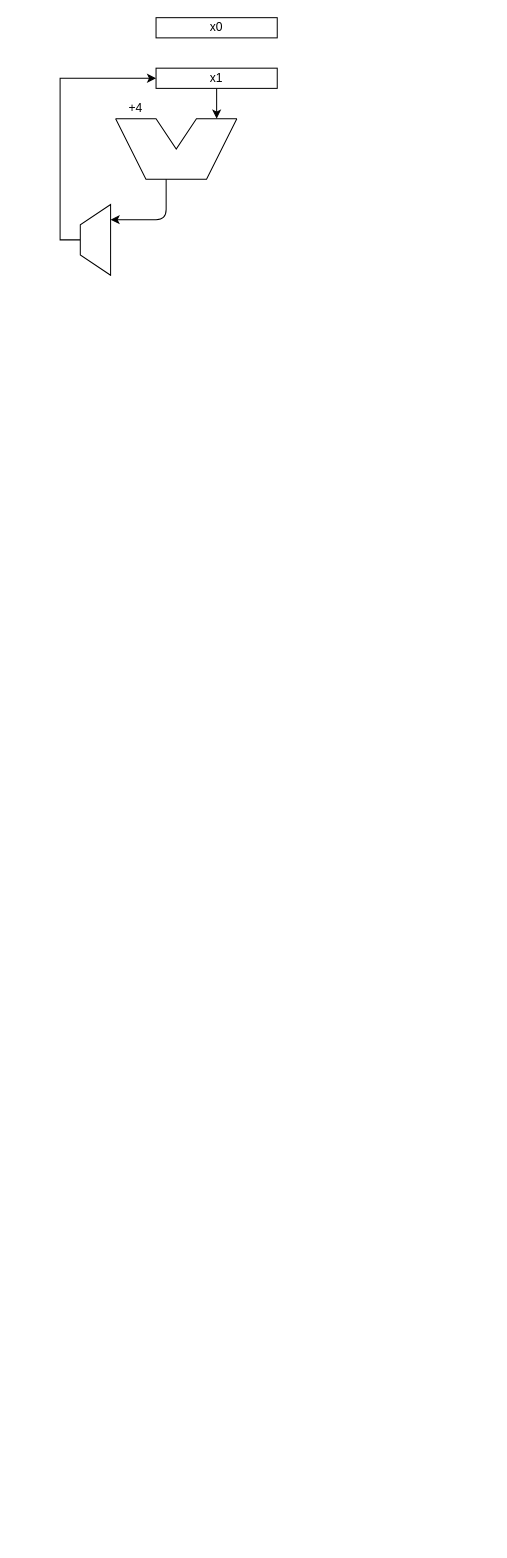
Before: page "RegisterFile" (2 of 2) of Circuit_Drawings/DataPath.drawio in Kaveesha-98/065-538-720-GNC, a draw.io diagram. Source tidied: cells renumbered, new cells numbered last; positions are measured from the earlier drawing's top-left corner, leaving out a move shared by most shapes. Both pictures are drawn from the tidied source at 101%, with x=0, y=0 at pixel (60, 17).
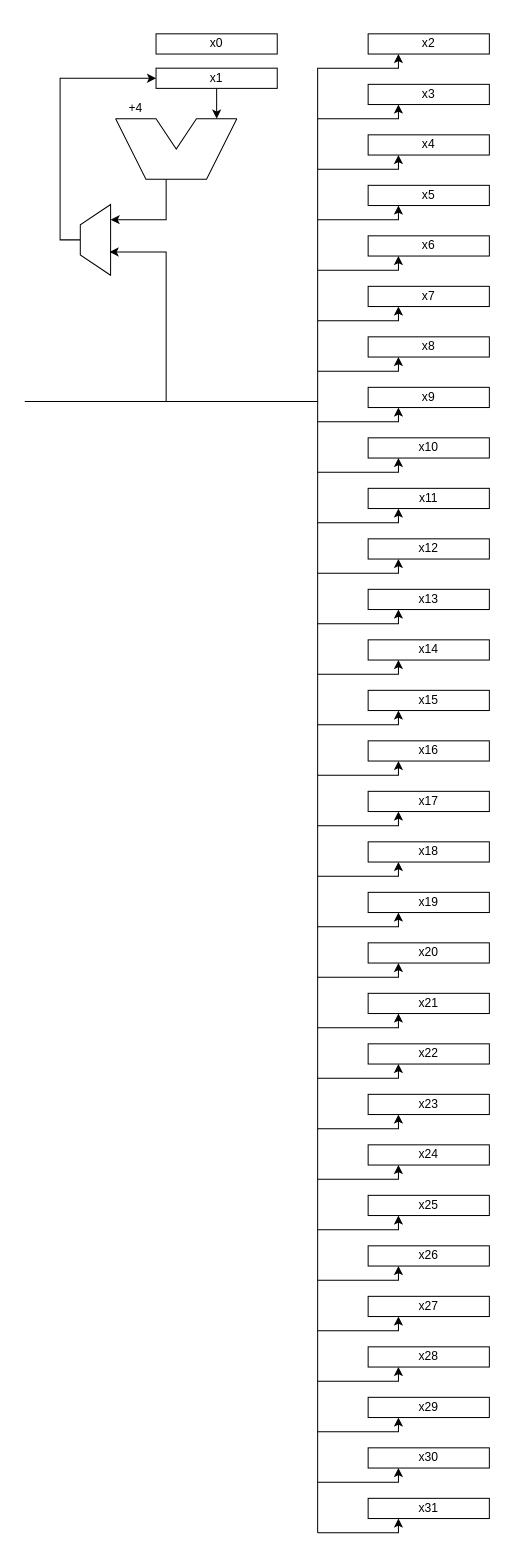
The same diagram, later.

Unchanged cells that the change refers to:
```xml
<mxCell id="9" style="shape=trapezoid;perimeter=trapezoidPerimeter;whiteSpace=wrap;html=1;fixedSize=1;rotation=-90;" parent="1" vertex="1">
  <mxGeometry y="205" width="70" height="30" as="geometry" />
</mxCell>
```

The edit, as a diff of the source:
```diff
@@
     <mxCell id="2" value="x0" style="rounded=0;whiteSpace=wrap;html=1;" parent="1" vertex="1">
-      <mxGeometry x="95" width="120" height="20" as="geometry" />
+      <mxGeometry x="95" y="16" width="120" height="20" as="geometry" />
     </mxCell>
@@
-    <mxCell id="10" style="endArrow=classic;html=1;" parent="1" edge="1">
+    <mxCell id="10" style="endArrow=classic;html=1;rounded=0;" parent="1" edge="1">
       <mxGeometry relative="1" as="geometry">
         <mxPoint x="105" y="160" as="sourcePoint" />
         <mxPoint x="50" y="200" as="targetPoint" />
         <Array as="points">
           <mxPoint x="105" y="200" />
         </Array>
       </mxGeometry>
     </mxCell>
+    <mxCell id="11" value="x2" style="rounded=0;whiteSpace=wrap;html=1;" parent="1" vertex="1">
+      <mxGeometry x="305" y="16" width="120" height="20" as="geometry" />
+    </mxCell>
+    <mxCell id="12" value="x3" style="rounded=0;whiteSpace=wrap;html=1;" parent="1" vertex="1">
+      <mxGeometry x="305" y="66" width="120" height="20" as="geometry" />
+    </mxCell>
+    <mxCell id="13" value="x4" style="rounded=0;whiteSpace=wrap;html=1;" parent="1" vertex="1">
+      <mxGeometry x="305" y="116" width="120" height="20" as="geometry" />
+    </mxCell>
+    <mxCell id="14" value="x5" style="rounded=0;whiteSpace=wrap;html=1;" parent="1" vertex="1">
+      <mxGeometry x="305" y="166" width="120" height="20" as="geometry" />
+    </mxCell>
+    <mxCell id="15" value="x6" style="rounded=0;whiteSpace=wrap;html=1;" parent="1" vertex="1">
+      <mxGeometry x="305" y="216" width="120" height="20" as="geometry" />
+    </mxCell>
+    <mxCell id="16" value="x7" style="rounded=0;whiteSpace=wrap;html=1;" parent="1" vertex="1">
+      <mxGeometry x="305" y="266" width="120" height="20" as="geometry" />
+    </mxCell>
+    <mxCell id="17" value="x8" style="rounded=0;whiteSpace=wrap;html=1;" parent="1" vertex="1">
+      <mxGeometry x="305" y="316" width="120" height="20" as="geometry" />
+    </mxCell>
+    <mxCell id="18" value="x9" style="rounded=0;whiteSpace=wrap;html=1;" parent="1" vertex="1">
+      <mxGeometry x="305" y="366" width="120" height="20" as="geometry" />
+    </mxCell>
+    <mxCell id="19" value="x10" style="rounded=0;whiteSpace=wrap;html=1;" parent="1" vertex="1">
+      <mxGeometry x="305" y="416" width="120" height="20" as="geometry" />
+    </mxCell>
+    <mxCell id="20" value="x11" style="rounded=0;whiteSpace=wrap;html=1;" parent="1" vertex="1">
+      <mxGeometry x="305" y="466" width="120" height="20" as="geometry" />
+    </mxCell>
+    <mxCell id="21" value="x12" style="rounded=0;whiteSpace=wrap;html=1;" parent="1" vertex="1">
+      <mxGeometry x="305" y="516" width="120" height="20" as="geometry" />
+    </mxCell>
+    <mxCell id="22" value="x13" style="rounded=0;whiteSpace=wrap;html=1;" parent="1" vertex="1">
+      <mxGeometry x="305" y="566" width="120" height="20" as="geometry" />
+    </mxCell>
+    <mxCell id="23" value="x14" style="rounded=0;whiteSpace=wrap;html=1;" parent="1" vertex="1">
+      <mxGeometry x="305" y="616" width="120" height="20" as="geometry" />
+    </mxCell>
+    <mxCell id="24" value="x15" style="rounded=0;whiteSpace=wrap;html=1;" parent="1" vertex="1">
+      <mxGeometry x="305" y="666" width="120" height="20" as="geometry" />
+    </mxCell>
+    <mxCell id="25" value="x16" style="rounded=0;whiteSpace=wrap;html=1;" parent="1" vertex="1">
+      <mxGeometry x="305" y="716" width="120" height="20" as="geometry" />
+    </mxCell>
+    <mxCell id="26" value="x17" style="rounded=0;whiteSpace=wrap;html=1;" parent="1" vertex="1">
+      <mxGeometry x="305" y="766" width="120" height="20" as="geometry" />
+    </mxCell>
+    <mxCell id="27" value="x18" style="rounded=0;whiteSpace=wrap;html=1;" parent="1" vertex="1">
+      <mxGeometry x="305" y="816" width="120" height="20" as="geometry" />
+    </mxCell>
+    <mxCell id="28" value="x19" style="rounded=0;whiteSpace=wrap;html=1;" parent="1" vertex="1">
+      <mxGeometry x="305" y="866" width="120" height="20" as="geometry" />
+    </mxCell>
+    <mxCell id="29" value="x20" style="rounded=0;whiteSpace=wrap;html=1;" parent="1" vertex="1">
+      <mxGeometry x="305" y="916" width="120" height="20" as="geometry" />
+    </mxCell>
+    <mxCell id="30" value="x21" style="rounded=0;whiteSpace=wrap;html=1;" parent="1" vertex="1">
+      <mxGeometry x="305" y="966" width="120" height="20" as="geometry" />
+    </mxCell>
+    <mxCell id="31" value="x22" style="rounded=0;whiteSpace=wrap;html=1;" parent="1" vertex="1">
+      <mxGeometry x="305" y="1016" width="120" height="20" as="geometry" />
+    </mxCell>
+    <mxCell id="32" value="x23" style="rounded=0;whiteSpace=wrap;html=1;" parent="1" vertex="1">
+      <mxGeometry x="305" y="1066" width="120" height="20" as="geometry" />
+    </mxCell>
+    <mxCell id="33" value="x24" style="rounded=0;whiteSpace=wrap;html=1;" parent="1" vertex="1">
+      <mxGeometry x="305" y="1116" width="120" height="20" as="geometry" />
+    </mxCell>
+    <mxCell id="34" value="x25" style="rounded=0;whiteSpace=wrap;html=1;" parent="1" vertex="1">
+      <mxGeometry x="305" y="1166" width="120" height="20" as="geometry" />
+    </mxCell>
+    <mxCell id="35" value="x26" style="rounded=0;whiteSpace=wrap;html=1;" parent="1" vertex="1">
+      <mxGeometry x="305" y="1216" width="120" height="20" as="geometry" />
+    </mxCell>
+    <mxCell id="36" value="x27" style="rounded=0;whiteSpace=wrap;html=1;" parent="1" vertex="1">
+      <mxGeometry x="305" y="1266" width="120" height="20" as="geometry" />
+    </mxCell>
+    <mxCell id="37" value="x28" style="rounded=0;whiteSpace=wrap;html=1;" parent="1" vertex="1">
+      <mxGeometry x="305" y="1316" width="120" height="20" as="geometry" />
+    </mxCell>
+    <mxCell id="38" value="x29" style="rounded=0;whiteSpace=wrap;html=1;" parent="1" vertex="1">
+      <mxGeometry x="305" y="1366" width="120" height="20" as="geometry" />
+    </mxCell>
+    <mxCell id="39" value="x30" style="rounded=0;whiteSpace=wrap;html=1;" parent="1" vertex="1">
+      <mxGeometry x="305" y="1416" width="120" height="20" as="geometry" />
+    </mxCell>
+    <mxCell id="40" value="x31" style="rounded=0;whiteSpace=wrap;html=1;" parent="1" vertex="1">
+      <mxGeometry x="305" y="1466" width="120" height="20" as="geometry" />
+    </mxCell>
+    <mxCell id="41" style="endArrow=classic;html=1;startSize=0;entryX=0.329;entryY=0.967;entryDx=0;entryDy=0;entryPerimeter=0;rounded=0;" parent="1" edge="1" target="9">
+      <mxGeometry relative="1" as="geometry">
+        <mxPoint x="-35" y="380" as="sourcePoint" />
+        <Array as="points">
+          <mxPoint x="105" y="380" />
+          <mxPoint x="105" y="350" />
+          <mxPoint x="105" y="232" />
+        </Array>
+      </mxGeometry>
+    </mxCell>
+    <mxCell id="42" style="endArrow=classic;html=1;startSize=0;entryX=0.25;entryY=1;entryDx=0;entryDy=0;rounded=0;" parent="1" edge="1" target="11">
+      <mxGeometry relative="1" as="geometry">
+        <mxPoint x="105" y="380" as="sourcePoint" />
+        <Array as="points">
+          <mxPoint x="255" y="380" />
+          <mxPoint x="255" y="50" />
+          <mxPoint x="335" y="50" />
+        </Array>
+      </mxGeometry>
+    </mxCell>
+    <mxCell id="43" style="endArrow=classic;html=1;startSize=0;entryX=0.25;entryY=1;entryDx=0;entryDy=0;rounded=0;" parent="1" edge="1" target="12">
+      <mxGeometry relative="1" as="geometry">
+        <mxPoint x="255" y="100" as="sourcePoint" />
+        <Array as="points">
+          <mxPoint x="335" y="100" />
+        </Array>
+      </mxGeometry>
+    </mxCell>
+    <mxCell id="44" style="endArrow=classic;html=1;startSize=0;entryX=0.25;entryY=1;entryDx=0;entryDy=0;rounded=0;" parent="1" edge="1" target="13">
+      <mxGeometry relative="1" as="geometry">
+        <mxPoint x="255" y="150" as="sourcePoint" />
+        <Array as="points">
+          <mxPoint x="335" y="150" />
+        </Array>
+      </mxGeometry>
+    </mxCell>
+    <mxCell id="45" style="endArrow=classic;html=1;startSize=0;entryX=0.25;entryY=1;entryDx=0;entryDy=0;rounded=0;" parent="1" edge="1">
+      <mxGeometry relative="1" as="geometry">
+        <mxPoint x="255" y="200" as="sourcePoint" />
+        <mxPoint x="335" y="186" as="targetPoint" />
+        <Array as="points">
+          <mxPoint x="335" y="200" />
+        </Array>
+      </mxGeometry>
+    </mxCell>
+    <mxCell id="46" style="endArrow=classic;html=1;startSize=0;entryX=0.25;entryY=1;entryDx=0;entryDy=0;rounded=0;" parent="1" edge="1">
+      <mxGeometry relative="1" as="geometry">
+        <mxPoint x="255" y="250" as="sourcePoint" />
+        <mxPoint x="335" y="236" as="targetPoint" />
+        <Array as="points">
+          <mxPoint x="335" y="250" />
+        </Array>
+      </mxGeometry>
+    </mxCell>
+    <mxCell id="47" style="endArrow=classic;html=1;startSize=0;entryX=0.25;entryY=1;entryDx=0;entryDy=0;rounded=0;" parent="1" edge="1">
+      <mxGeometry relative="1" as="geometry">
+        <mxPoint x="255" y="300" as="sourcePoint" />
+        <mxPoint x="335" y="286" as="targetPoint" />
+        <Array as="points">
+          <mxPoint x="335" y="300" />
+        </Array>
+      </mxGeometry>
+    </mxCell>
+    <mxCell id="48" style="endArrow=classic;html=1;startSize=0;entryX=0.25;entryY=1;entryDx=0;entryDy=0;rounded=0;" parent="1" edge="1">
+      <mxGeometry relative="1" as="geometry">
+        <mxPoint x="255" y="350" as="sourcePoint" />
+        <mxPoint x="335" y="336" as="targetPoint" />
+        <Array as="points">
+          <mxPoint x="335" y="350" />
+        </Array>
+      </mxGeometry>
+    </mxCell>
+    <mxCell id="49" style="endArrow=classic;html=1;startSize=0;entryX=0.25;entryY=1;entryDx=0;entryDy=0;rounded=0;" parent="1" edge="1">
+      <mxGeometry relative="1" as="geometry">
+        <mxPoint x="255" y="1500" as="sourcePoint" />
+        <mxPoint x="335" y="1486" as="targetPoint" />
+        <Array as="points">
+          <mxPoint x="335" y="1500" />
+        </Array>
+      </mxGeometry>
+    </mxCell>
+    <mxCell id="50" style="endArrow=none;html=1;startSize=0;" parent="1" edge="1">
+      <mxGeometry relative="1" as="geometry">
+        <mxPoint x="255" y="1500" as="sourcePoint" />
+        <mxPoint x="255" y="380" as="targetPoint" />
+      </mxGeometry>
+    </mxCell>
+    <mxCell id="51" style="endArrow=classic;html=1;startSize=0;entryX=0.25;entryY=1;entryDx=0;entryDy=0;rounded=0;" parent="1" edge="1">
+      <mxGeometry relative="1" as="geometry">
+        <mxPoint x="255" y="400" as="sourcePoint" />
+        <mxPoint x="335" y="386" as="targetPoint" />
+        <Array as="points">
+          <mxPoint x="335" y="400" />
+        </Array>
+      </mxGeometry>
+    </mxCell>
+    <mxCell id="52" style="endArrow=classic;html=1;startSize=0;entryX=0.25;entryY=1;entryDx=0;entryDy=0;rounded=0;" parent="1" edge="1">
+      <mxGeometry relative="1" as="geometry">
+        <mxPoint x="255" y="450" as="sourcePoint" />
+        <mxPoint x="335" y="436" as="targetPoint" />
+        <Array as="points">
+          <mxPoint x="335" y="450" />
+        </Array>
+      </mxGeometry>
+    </mxCell>
+    <mxCell id="53" style="endArrow=classic;html=1;startSize=0;entryX=0.25;entryY=1;entryDx=0;entryDy=0;rounded=0;" parent="1" edge="1">
+      <mxGeometry relative="1" as="geometry">
+        <mxPoint x="255" y="500" as="sourcePoint" />
+        <mxPoint x="335" y="486" as="targetPoint" />
+        <Array as="points">
+          <mxPoint x="335" y="500" />
+        </Array>
+      </mxGeometry>
+    </mxCell>
+    <mxCell id="54" style="endArrow=classic;html=1;startSize=0;entryX=0.25;entryY=1;entryDx=0;entryDy=0;rounded=0;" parent="1" edge="1">
+      <mxGeometry relative="1" as="geometry">
+        <mxPoint x="255" y="550" as="sourcePoint" />
+        <mxPoint x="335" y="536" as="targetPoint" />
+        <Array as="points">
+          <mxPoint x="335" y="550" />
+        </Array>
+      </mxGeometry>
+    </mxCell>
+    <mxCell id="55" style="endArrow=classic;html=1;startSize=0;entryX=0.25;entryY=1;entryDx=0;entryDy=0;rounded=0;" parent="1" edge="1">
+      <mxGeometry relative="1" as="geometry">
+        <mxPoint x="255" y="600" as="sourcePoint" />
+        <mxPoint x="335" y="586" as="targetPoint" />
+        <Array as="points">
+          <mxPoint x="335" y="600" />
+        </Array>
+      </mxGeometry>
+    </mxCell>
+    <mxCell id="56" style="endArrow=classic;html=1;startSize=0;entryX=0.25;entryY=1;entryDx=0;entryDy=0;rounded=0;" parent="1" edge="1">
+      <mxGeometry relative="1" as="geometry">
+        <mxPoint x="255" y="650" as="sourcePoint" />
+        <mxPoint x="335" y="636" as="targetPoint" />
+        <Array as="points">
+          <mxPoint x="335" y="650" />
+        </Array>
+      </mxGeometry>
+    </mxCell>
+    <mxCell id="57" style="endArrow=classic;html=1;startSize=0;entryX=0.25;entryY=1;entryDx=0;entryDy=0;rounded=0;" parent="1" edge="1">
+      <mxGeometry relative="1" as="geometry">
+        <mxPoint x="255" y="700" as="sourcePoint" />
+        <mxPoint x="335" y="686" as="targetPoint" />
+        <Array as="points">
+          <mxPoint x="335" y="700" />
+        </Array>
+      </mxGeometry>
+    </mxCell>
+    <mxCell id="58" style="endArrow=classic;html=1;startSize=0;entryX=0.25;entryY=1;entryDx=0;entryDy=0;rounded=0;" parent="1" edge="1">
+      <mxGeometry relative="1" as="geometry">
+        <mxPoint x="255" y="750" as="sourcePoint" />
+        <mxPoint x="335" y="736" as="targetPoint" />
+        <Array as="points">
+          <mxPoint x="335" y="750" />
+        </Array>
+      </mxGeometry>
+    </mxCell>
+    <mxCell id="59" style="endArrow=classic;html=1;startSize=0;entryX=0.25;entryY=1;entryDx=0;entryDy=0;rounded=0;" parent="1" edge="1">
+      <mxGeometry relative="1" as="geometry">
+        <mxPoint x="255" y="800" as="sourcePoint" />
+        <mxPoint x="335" y="786" as="targetPoint" />
+        <Array as="points">
+          <mxPoint x="335" y="800" />
+        </Array>
+      </mxGeometry>
+    </mxCell>
+    <mxCell id="60" style="endArrow=classic;html=1;startSize=0;entryX=0.25;entryY=1;entryDx=0;entryDy=0;rounded=0;" parent="1" edge="1">
+      <mxGeometry relative="1" as="geometry">
+        <mxPoint x="255" y="850" as="sourcePoint" />
+        <mxPoint x="335" y="836" as="targetPoint" />
+        <Array as="points">
+          <mxPoint x="335" y="850" />
+        </Array>
+      </mxGeometry>
+    </mxCell>
+    <mxCell id="61" style="endArrow=classic;html=1;startSize=0;entryX=0.25;entryY=1;entryDx=0;entryDy=0;rounded=0;" parent="1" edge="1">
+      <mxGeometry relative="1" as="geometry">
+        <mxPoint x="255" y="900" as="sourcePoint" />
+        <mxPoint x="335" y="886" as="targetPoint" />
+        <Array as="points">
+          <mxPoint x="335" y="900" />
+        </Array>
+      </mxGeometry>
+    </mxCell>
+    <mxCell id="62" style="endArrow=classic;html=1;startSize=0;entryX=0.25;entryY=1;entryDx=0;entryDy=0;rounded=0;" parent="1" edge="1">
+      <mxGeometry relative="1" as="geometry">
+        <mxPoint x="255" y="950" as="sourcePoint" />
+        <mxPoint x="335" y="936" as="targetPoint" />
+        <Array as="points">
+          <mxPoint x="335" y="950" />
+        </Array>
+      </mxGeometry>
+    </mxCell>
+    <mxCell id="63" style="endArrow=classic;html=1;startSize=0;entryX=0.25;entryY=1;entryDx=0;entryDy=0;rounded=0;" parent="1" edge="1">
+      <mxGeometry relative="1" as="geometry">
+        <mxPoint x="255" y="1000" as="sourcePoint" />
+        <mxPoint x="335" y="986" as="targetPoint" />
+        <Array as="points">
+          <mxPoint x="335" y="1000" />
+        </Array>
+      </mxGeometry>
+    </mxCell>
+    <mxCell id="64" style="endArrow=classic;html=1;startSize=0;entryX=0.25;entryY=1;entryDx=0;entryDy=0;rounded=0;" parent="1" edge="1">
+      <mxGeometry relative="1" as="geometry">
+        <mxPoint x="255" y="1050" as="sourcePoint" />
+        <mxPoint x="335" y="1036" as="targetPoint" />
+        <Array as="points">
+          <mxPoint x="335" y="1050" />
+        </Array>
+      </mxGeometry>
+    </mxCell>
+    <mxCell id="65" style="endArrow=classic;html=1;startSize=0;entryX=0.25;entryY=1;entryDx=0;entryDy=0;rounded=0;" parent="1" edge="1">
+      <mxGeometry relative="1" as="geometry">
+        <mxPoint x="255" y="1100" as="sourcePoint" />
+        <mxPoint x="335" y="1086" as="targetPoint" />
+        <Array as="points">
+          <mxPoint x="335" y="1100" />
+        </Array>
+      </mxGeometry>
+    </mxCell>
+    <mxCell id="66" style="endArrow=classic;html=1;startSize=0;entryX=0.25;entryY=1;entryDx=0;entryDy=0;rounded=0;" parent="1" edge="1">
+      <mxGeometry relative="1" as="geometry">
+        <mxPoint x="255" y="1150" as="sourcePoint" />
+        <mxPoint x="335" y="1136" as="targetPoint" />
+        <Array as="points">
+          <mxPoint x="335" y="1150" />
+        </Array>
+      </mxGeometry>
+    </mxCell>
+    <mxCell id="67" style="endArrow=classic;html=1;startSize=0;entryX=0.25;entryY=1;entryDx=0;entryDy=0;rounded=0;" parent="1" edge="1">
+      <mxGeometry relative="1" as="geometry">
+        <mxPoint x="255" y="1200" as="sourcePoint" />
+        <mxPoint x="335" y="1186" as="targetPoint" />
+        <Array as="points">
+          <mxPoint x="335" y="1200" />
+        </Array>
+      </mxGeometry>
+    </mxCell>
+    <mxCell id="68" style="endArrow=classic;html=1;startSize=0;entryX=0.25;entryY=1;entryDx=0;entryDy=0;rounded=0;" parent="1" edge="1">
+      <mxGeometry relative="1" as="geometry">
+        <mxPoint x="255" y="1250" as="sourcePoint" />
+        <mxPoint x="335" y="1236" as="targetPoint" />
+        <Array as="points">
+          <mxPoint x="335" y="1250" />
+        </Array>
+      </mxGeometry>
+    </mxCell>
+    <mxCell id="69" style="endArrow=classic;html=1;startSize=0;entryX=0.25;entryY=1;entryDx=0;entryDy=0;rounded=0;" parent="1" edge="1">
+      <mxGeometry relative="1" as="geometry">
+        <mxPoint x="255" y="1300" as="sourcePoint" />
+        <mxPoint x="335" y="1286" as="targetPoint" />
+        <Array as="points">
+          <mxPoint x="335" y="1300" />
+        </Array>
+      </mxGeometry>
+    </mxCell>
+    <mxCell id="70" style="endArrow=classic;html=1;startSize=0;entryX=0.25;entryY=1;entryDx=0;entryDy=0;rounded=0;" parent="1" edge="1">
+      <mxGeometry relative="1" as="geometry">
+        <mxPoint x="255" y="1350" as="sourcePoint" />
+        <mxPoint x="335" y="1336" as="targetPoint" />
+        <Array as="points">
+          <mxPoint x="335" y="1350" />
+        </Array>
+      </mxGeometry>
+    </mxCell>
+    <mxCell id="71" style="endArrow=classic;html=1;startSize=0;entryX=0.25;entryY=1;entryDx=0;entryDy=0;rounded=0;" parent="1" edge="1">
+      <mxGeometry relative="1" as="geometry">
+        <mxPoint x="255" y="1400" as="sourcePoint" />
+        <mxPoint x="335" y="1386" as="targetPoint" />
+        <Array as="points">
+          <mxPoint x="335" y="1400" />
+        </Array>
+      </mxGeometry>
+    </mxCell>
+    <mxCell id="72" style="endArrow=classic;html=1;startSize=0;entryX=0.25;entryY=1;entryDx=0;entryDy=0;rounded=0;" parent="1" edge="1">
+      <mxGeometry relative="1" as="geometry">
+        <mxPoint x="255" y="1450" as="sourcePoint" />
+        <mxPoint x="335" y="1436" as="targetPoint" />
+        <Array as="points">
+          <mxPoint x="335" y="1450" />
+        </Array>
+      </mxGeometry>
+    </mxCell>
```
